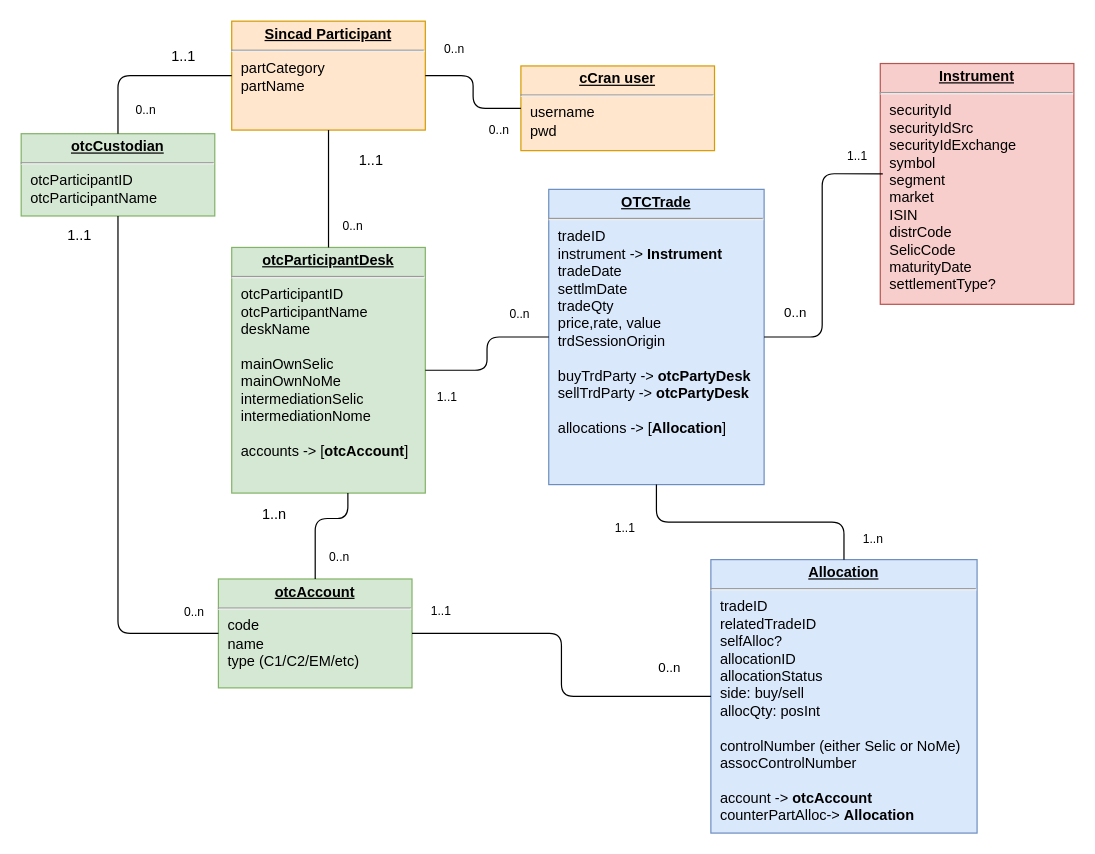
Before: Untitled Diagram.drawio in mbolmstrand/graphql_is_the_bomb, a draw.io diagram. Source tidied: cells renumbered, new cells numbered last; positions are measured from the earlier drawing's top-left corner, leaving out a move shared by most shapes. Both pictures are drawn from the tidied source at 121%, with x=0, y=0 at pixel (21, 21).
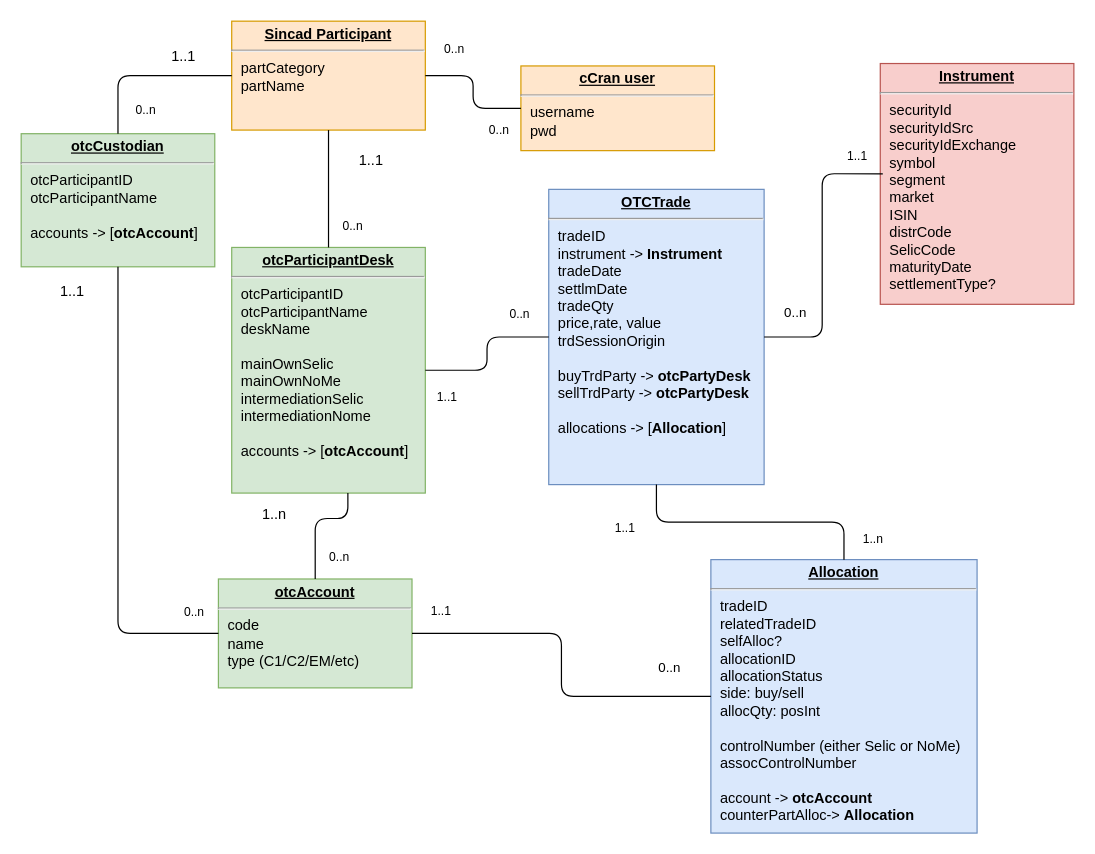
Above is the later version.

Change to the diagram source:
```diff
@@
-    <mxCell id="13" value="&lt;p style=&quot;margin: 0px ; margin-top: 4px ; text-align: center ; text-decoration: underline&quot;&gt;&lt;b&gt;otcCustodian&lt;/b&gt;&lt;/p&gt;&lt;hr&gt;&lt;p style=&quot;margin: 0px ; margin-left: 8px&quot;&gt;otcParticipantID&lt;br&gt;otcParticipantName&lt;br&gt;&lt;br&gt;&lt;/p&gt;" style="verticalAlign=top;align=left;overflow=fill;fontSize=12;fontFamily=Helvetica;html=1;fillColor=#d5e8d4;strokeColor=#82b366;" parent="1" vertex="1">
-      <mxGeometry y="93" width="160" height="68" as="geometry" />
+    <mxCell id="13" value="&lt;p style=&quot;margin: 0px ; margin-top: 4px ; text-align: center ; text-decoration: underline&quot;&gt;&lt;b&gt;otcCustodian&lt;/b&gt;&lt;/p&gt;&lt;hr&gt;&lt;p style=&quot;margin: 0px ; margin-left: 8px&quot;&gt;otcParticipantID&lt;br&gt;otcParticipantName&lt;/p&gt;&lt;p style=&quot;margin: 0px ; margin-left: 8px&quot;&gt;&lt;br&gt;&lt;/p&gt;&lt;p style=&quot;margin: 0px ; margin-left: 8px&quot;&gt;accounts -&amp;gt; [&lt;b&gt;otcAccount&lt;/b&gt;]&lt;br&gt;&lt;br&gt;&lt;/p&gt;" style="verticalAlign=top;align=left;overflow=fill;fontSize=12;fontFamily=Helvetica;html=1;fillColor=#d5e8d4;strokeColor=#82b366;" parent="1" vertex="1">
+      <mxGeometry y="93" width="160" height="110" as="geometry" />
     </mxCell>
@@
     <mxCell id="17" value="1..1" style="text;html=1;align=center;verticalAlign=middle;" parent="1" vertex="1">
-      <mxGeometry x="28" y="167" width="40" height="20" as="geometry" />
+      <mxGeometry x="22" y="214" width="40" height="20" as="geometry" />
     </mxCell>
```
